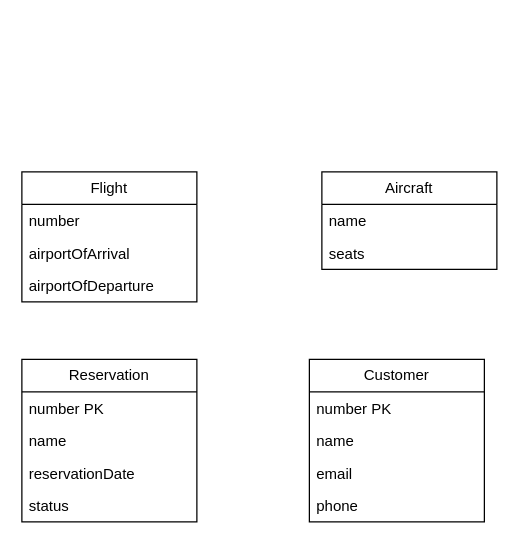
Above: airlinediagram.drawio in olliglorioso/datasets (draw.io), before the change. Source tidied: cells renumbered, new cells numbered last; positions are measured from the earlier drawing's top-left corner, leaving out a move shared by most shapes. Both pictures are drawn from the tidied source at 125%, with x=0, y=0 at pixel (21, 171).
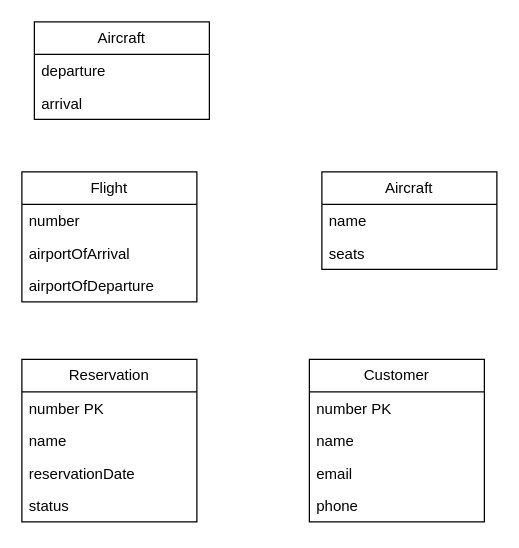
The same page after the edit.

Diff of the diagram source:
```diff
@@
+    <mxCell id="19" value="Aircraft" style="swimlane;fontStyle=0;horizontal=1;startSize=26;fillColor=none;whiteSpace=wrap;html=1;" parent="1" vertex="1">
+      <mxGeometry x="10" y="-120" width="140" height="78" as="geometry" />
+    </mxCell>
+    <mxCell id="20" value="departure" style="text;strokeColor=none;fillColor=none;align=left;verticalAlign=top;spacingLeft=4;spacingRight=4;overflow=hidden;whiteSpace=wrap;html=1;" parent="19" vertex="1">
+      <mxGeometry y="26" width="140" height="26" as="geometry" />
+    </mxCell>
+    <mxCell id="21" value="arrival" style="text;strokeColor=none;fillColor=none;align=left;verticalAlign=top;spacingLeft=4;spacingRight=4;overflow=hidden;whiteSpace=wrap;html=1;" parent="19" vertex="1">
+      <mxGeometry y="52" width="140" height="26" as="geometry" />
+    </mxCell>
```
